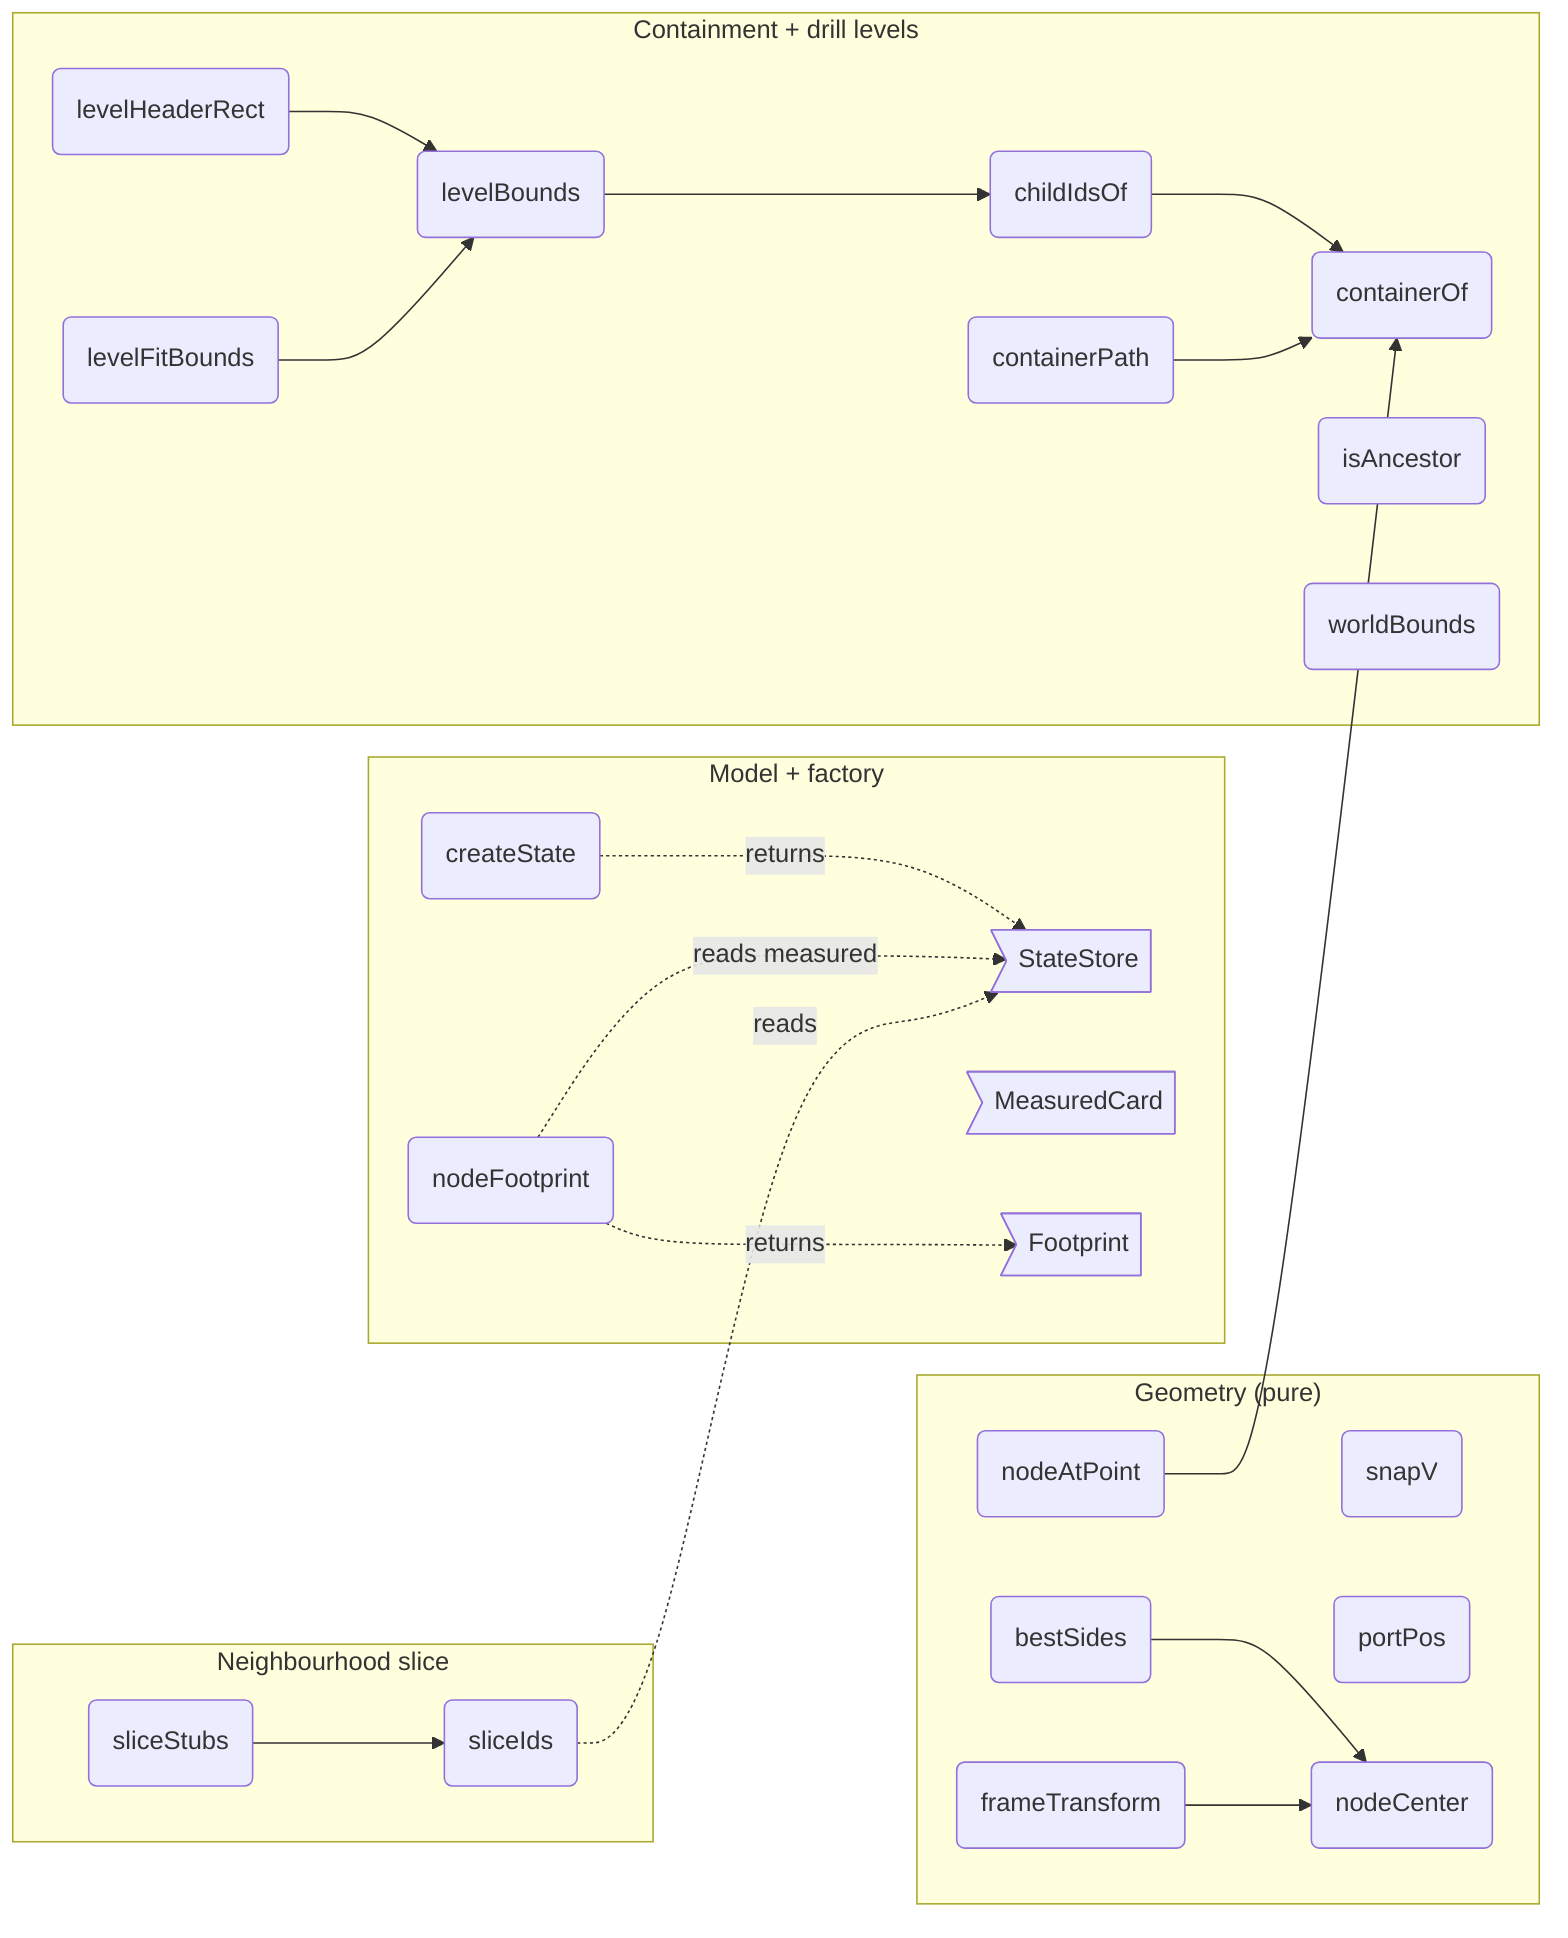
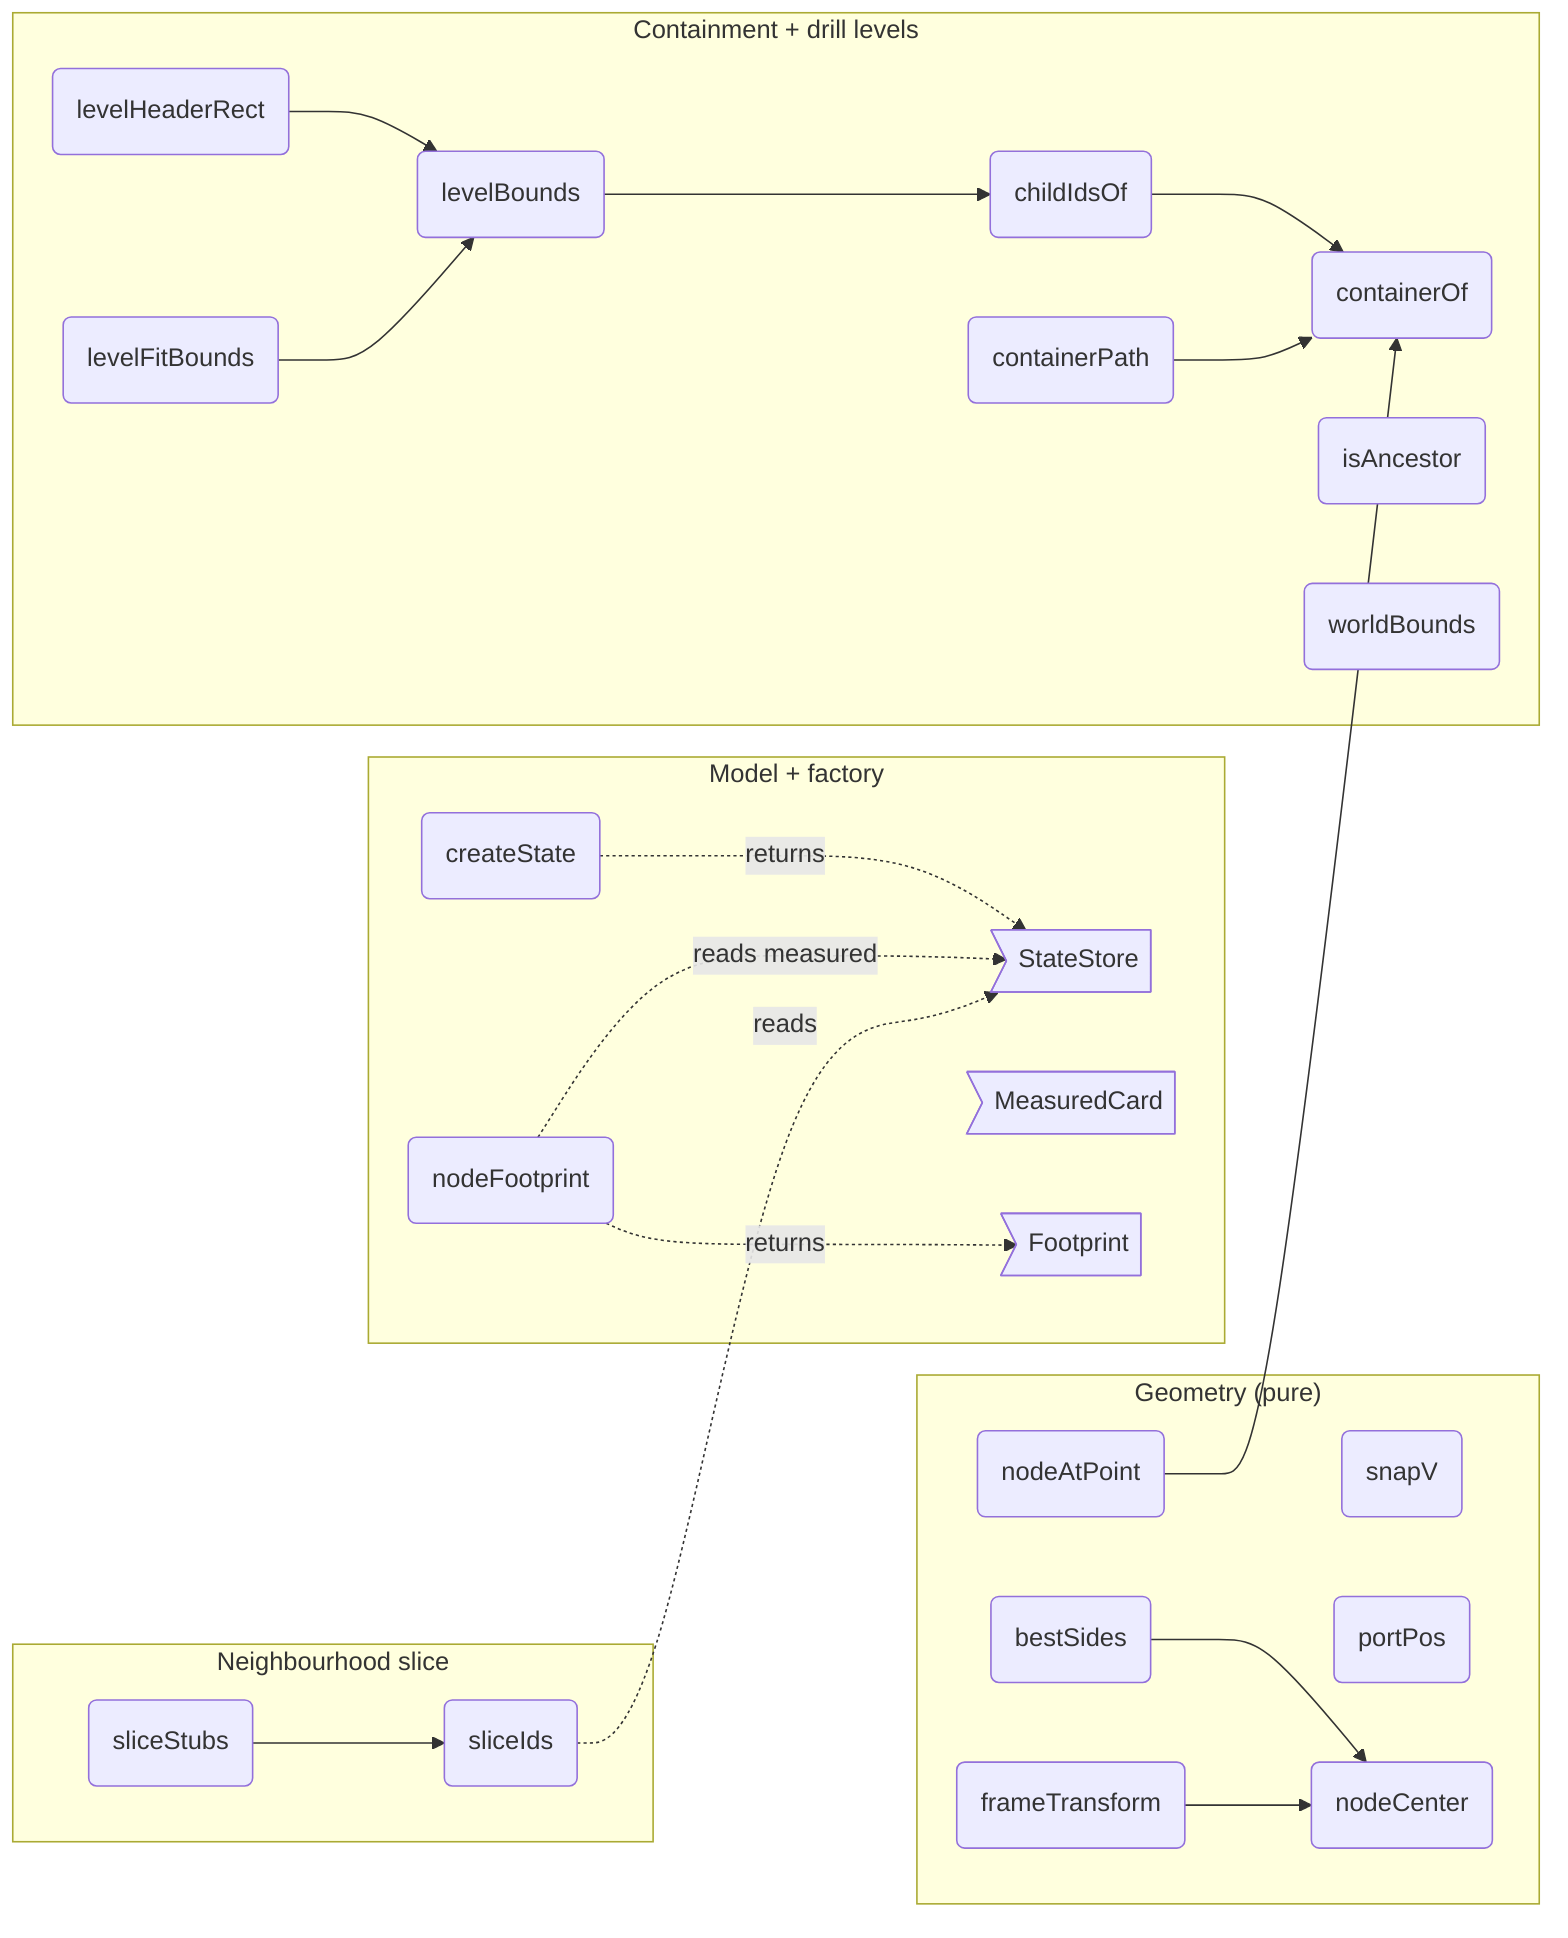
flowchart LR
%% root state

%% src StateStore src/core/state/state.ts#StateStore
%% kind StateStore type
%% fm:meta StateStore name=StateStore
%% fm:meta StateStore desc=source-of-truth model: nodes, edges, selection, id counters, dir, roots, measured cards
%% fm:meta StateStore state=nodes: Record<string, DiagramNode>
%% fm:meta StateStore state=edges: DiagramEdge[]
%% fm:meta StateStore state=sel: Set<string>
%% fm:meta StateStore state=roots: string[]

%% src MeasuredCard src/core/state/state.ts#MeasuredCard
%% kind MeasuredCard type
%% fm:meta MeasuredCard name=MeasuredCard
%% fm:meta MeasuredCard desc=last measured frontmatter-card size for a node, written by render post-paint pass

%% src Footprint src/core/state/state.ts#Footprint
%% kind Footprint type
%% fm:meta Footprint name=Footprint
%% fm:meta Footprint desc=on-canvas footprint rect in world pixels, node box plus frontmatter card

%% src createState src/core/state/state.ts#createState
%% kind createState function
%% fm:meta createState name=createState
%% fm:meta createState desc=create a fresh empty model with default counters and direction
%% fm:meta createState i0.name=createState
%% fm:meta createState i0.returns=StateStore

%% src nodeFootprint src/core/state/state.ts#nodeFootprint
%% kind nodeFootprint function
%% fm:meta nodeFootprint name=nodeFootprint
%% fm:meta nodeFootprint desc=footprint of a node (box plus card) read from the model alone
%% fm:meta nodeFootprint i0.name=nodeFootprint
%% fm:meta nodeFootprint i0.accepts=state: StateStore
%% fm:meta nodeFootprint i0.accepts=n: DiagramNode
%% fm:meta nodeFootprint i0.accepts=showFrontmatter: boolean
%% fm:meta nodeFootprint i0.returns=Footprint

%% src snapV src/core/state/state.ts#snapV
%% kind snapV function
%% fm:meta snapV name=snapV
%% fm:meta snapV desc=snap a coordinate to the grid when snap is on
%% fm:meta snapV i0.name=snapV
%% fm:meta snapV i0.accepts=v: number
%% fm:meta snapV i0.accepts=snap: boolean
%% fm:meta snapV i0.returns=number

%% src portPos src/core/state/state.ts#portPos
%% kind portPos function
%% fm:meta portPos name=portPos
%% fm:meta portPos desc=world-space position of a node port on a given side
%% fm:meta portPos i0.name=portPos
%% fm:meta portPos i0.accepts=node: DiagramNode
%% fm:meta portPos i0.accepts=side: PortSide
%% fm:meta portPos i0.returns=Point

%% src nodeCenter src/core/state/state.ts#nodeCenter
%% kind nodeCenter function
%% fm:meta nodeCenter name=nodeCenter
%% fm:meta nodeCenter desc=centre point of a node box
%% fm:meta nodeCenter i0.name=nodeCenter
%% fm:meta nodeCenter i0.accepts=n: DiagramNode
%% fm:meta nodeCenter i0.returns={ cx: number; cy: number }

%% src frameTransform src/core/state/state.ts#frameTransform
%% kind frameTransform function
%% fm:meta frameTransform name=frameTransform
%% fm:meta frameTransform desc=pure camera transform: centre a node in the viewport at a readable, clamped zoom
%% fm:meta frameTransform i0.name=frameTransform
- %% fm:meta frameTransform i0.accepts=n: DiagramNode
- %% fm:meta frameTransform i0.accepts=vw: number
- %% fm:meta frameTransform i0.accepts=vh: number
- %% fm:meta frameTransform i0.accepts=wantZ: number
- %% fm:meta frameTransform i0.accepts=zMin: number
- %% fm:meta frameTransform i0.accepts=zMax: number
+ %% fm:meta frameTransform i0.accepts=node: DiagramNode
+ %% fm:meta frameTransform i0.accepts=viewport: { w: number; h: number }
+ %% fm:meta frameTransform i0.accepts=zoom: { want: number; min: number; max: number }
%% fm:meta frameTransform i0.returns={ x: number; y: number; z: number }

%% src bestSides src/core/state/state.ts#bestSides
%% kind bestSides function
%% fm:meta bestSides name=bestSides
%% fm:meta bestSides desc=pick the nearest facing port sides for an edge between two nodes
%% fm:meta bestSides i0.name=bestSides
%% fm:meta bestSides i0.accepts=a: DiagramNode
%% fm:meta bestSides i0.accepts=b: DiagramNode
%% fm:meta bestSides i0.returns=[PortSide, PortSide]

%% src nodeAtPoint src/core/state/state.ts#nodeAtPoint
%% kind nodeAtPoint function
%% fm:meta nodeAtPoint name=nodeAtPoint
%% fm:meta nodeAtPoint desc=topmost node whose box contains a world point at one drill level
%% fm:meta nodeAtPoint i0.name=nodeAtPoint
%% fm:meta nodeAtPoint i0.accepts=state: StateStore
%% fm:meta nodeAtPoint i0.accepts=wx: number
%% fm:meta nodeAtPoint i0.accepts=wy: number
%% fm:meta nodeAtPoint i0.accepts=container: string | null
%% fm:meta nodeAtPoint i0.returns=string | null

%% src containerOf src/core/state/state.ts#containerOf
%% kind containerOf function
%% fm:meta containerOf name=containerOf
%% fm:meta containerOf desc=nearest non-group ancestor (the drill level a node lives at) or null
%% fm:meta containerOf i0.name=containerOf
%% fm:meta containerOf i0.accepts=state: StateStore
%% fm:meta containerOf i0.accepts=id: string
%% fm:meta containerOf i0.returns=string | null

%% src childIdsOf src/core/state/state.ts#childIdsOf
%% kind childIdsOf function
%% fm:meta childIdsOf name=childIdsOf
%% fm:meta childIdsOf desc=ids of every node living directly at a container drill level
%% fm:meta childIdsOf i0.name=childIdsOf
%% fm:meta childIdsOf i0.accepts=state: StateStore
%% fm:meta childIdsOf i0.accepts=container: string | null
%% fm:meta childIdsOf i0.returns=string[]

%% src containerPath src/core/state/state.ts#containerPath
%% kind containerPath function
%% fm:meta containerPath name=containerPath
%% fm:meta containerPath desc=root-first chain of non-group container ids enclosing a container
%% fm:meta containerPath i0.name=containerPath
%% fm:meta containerPath i0.accepts=state: StateStore
%% fm:meta containerPath i0.accepts=container: string | null
%% fm:meta containerPath i0.returns=string[]

%% src levelBounds src/core/state/state.ts#levelBounds
%% kind levelBounds function
%% fm:meta levelBounds name=levelBounds
%% fm:meta levelBounds desc=bounding box of just the nodes at a container level, or null when empty
%% fm:meta levelBounds i0.name=levelBounds
%% fm:meta levelBounds i0.accepts=state: StateStore
%% fm:meta levelBounds i0.accepts=container: string | null
%% fm:meta levelBounds i0.returns={ minX: number; minY: number; maxX: number; maxY: number } | null

%% src levelHeaderRect src/core/state/state.ts#levelHeaderRect
%% kind levelHeaderRect function
%% fm:meta levelHeaderRect name=levelHeaderRect
%% fm:meta levelHeaderRect desc=where to draw the container node above its children on a drilled level
%% fm:meta levelHeaderRect i0.name=levelHeaderRect
%% fm:meta levelHeaderRect i0.accepts=state: StateStore
%% fm:meta levelHeaderRect i0.accepts=container: string | null
%% fm:meta levelHeaderRect i0.returns={ x: number; y: number; w: number; h: number } | null

%% src levelFitBounds src/core/state/state.ts#levelFitBounds
%% kind levelFitBounds function
%% fm:meta levelFitBounds name=levelFitBounds
%% fm:meta levelFitBounds desc=bounds the camera should fit at a level, children plus the container node
%% fm:meta levelFitBounds i0.name=levelFitBounds
%% fm:meta levelFitBounds i0.accepts=state: StateStore
%% fm:meta levelFitBounds i0.accepts=container: string | null
%% fm:meta levelFitBounds i0.returns={ minX: number; minY: number; maxX: number; maxY: number } | null

%% src isAncestor src/core/state/state.ts#isAncestor
%% kind isAncestor function
%% fm:meta isAncestor name=isAncestor
%% fm:meta isAncestor desc=true when anc sits somewhere on a node parent chain (cycle guard)
%% fm:meta isAncestor i0.name=isAncestor
%% fm:meta isAncestor i0.accepts=state: StateStore
%% fm:meta isAncestor i0.accepts=anc: string
%% fm:meta isAncestor i0.accepts=node: string
%% fm:meta isAncestor i0.returns=boolean

%% src worldBounds src/core/state/state.ts#worldBounds
%% kind worldBounds function
%% fm:meta worldBounds name=worldBounds
%% fm:meta worldBounds desc=bounding box of all nodes in the model, or null when empty
%% fm:meta worldBounds i0.name=worldBounds
%% fm:meta worldBounds i0.accepts=state: StateStore
%% fm:meta worldBounds i0.returns={ minX: number; minY: number; maxX: number; maxY: number } | null

%% src sliceIds src/core/state/state.ts#sliceIds
%% kind sliceIds function
%% fm:meta sliceIds name=sliceIds
%% fm:meta sliceIds desc=neighbourhood id set of a node: transitive solid up/down plus 1-hop dotted refs (the slice panel's keep set)
%% fm:meta sliceIds i0.name=sliceIds
%% fm:meta sliceIds i0.accepts=state: StateStore
%% fm:meta sliceIds i0.accepts=id: string
%% fm:meta sliceIds i0.returns=Set<string>

%% src sliceStubs src/core/state/state.ts#sliceStubs
%% kind sliceStubs function
%% fm:meta sliceStubs name=sliceStubs
%% fm:meta sliceStubs desc=boundary stubs of a keep set: 1-hop neighbours that fall outside it, drawn as edge endpoints in a slice
%% fm:meta sliceStubs i0.name=sliceStubs
%% fm:meta sliceStubs i0.accepts=state: StateStore
%% fm:meta sliceStubs i0.accepts=keep: Set<string>
%% fm:meta sliceStubs i0.returns=Set<string>

%% parent st_model state
%% parent st_geom state
%% parent st_levels state
%% parent st_slice state

  subgraph st_model ["Model + factory"]
    StateStore>"StateStore"]
    MeasuredCard>"MeasuredCard"]
    Footprint>"Footprint"]
    createState("createState")
    nodeFootprint("nodeFootprint")
  end
  subgraph st_geom ["Geometry (pure)"]
    snapV("snapV")
    portPos("portPos")
    nodeCenter("nodeCenter")
    frameTransform("frameTransform")
    bestSides("bestSides")
    nodeAtPoint("nodeAtPoint")
  end
  subgraph st_levels ["Containment + drill levels"]
    containerOf("containerOf")
    childIdsOf("childIdsOf")
    containerPath("containerPath")
    levelBounds("levelBounds")
    levelHeaderRect("levelHeaderRect")
    levelFitBounds("levelFitBounds")
    isAncestor("isAncestor")
    worldBounds("worldBounds")
  end
  subgraph st_slice ["Neighbourhood slice"]
    sliceIds("sliceIds")
    sliceStubs("sliceStubs")
  end

  bestSides --> nodeCenter
  frameTransform --> nodeCenter
  nodeAtPoint --> containerOf
  childIdsOf --> containerOf
  containerPath --> containerOf
  levelBounds --> childIdsOf
  levelHeaderRect --> levelBounds
  levelFitBounds --> levelBounds
  sliceStubs --> sliceIds
  createState -.->|returns| StateStore
  nodeFootprint -.->|returns| Footprint
  nodeFootprint -.->|reads measured| StateStore
  sliceIds -.->|reads| StateStore
